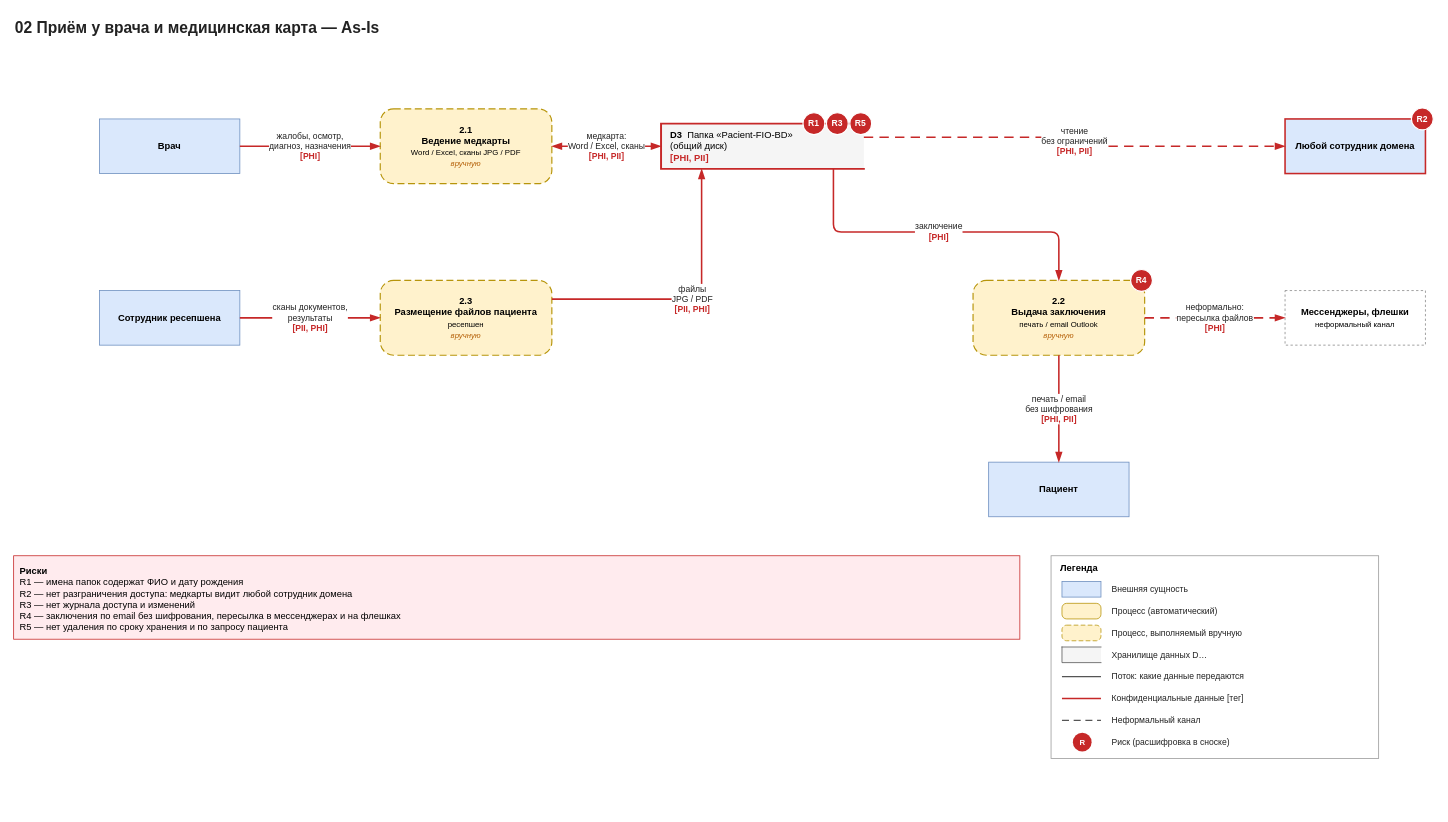
This is page "As-Is" (1 of 2) of Task1/dfd/02-priem-medkarta.drawio from iudanet/architecture-medikamente, a draw.io file, before an edit. Source tidied: cells renumbered, new cells numbered last; positions are measured from the earlier drawing's top-left corner, leaving out a move shared by most shapes. Both pictures are drawn from the tidied source at 78%, with x=0, y=0 at pixel (13, 13).
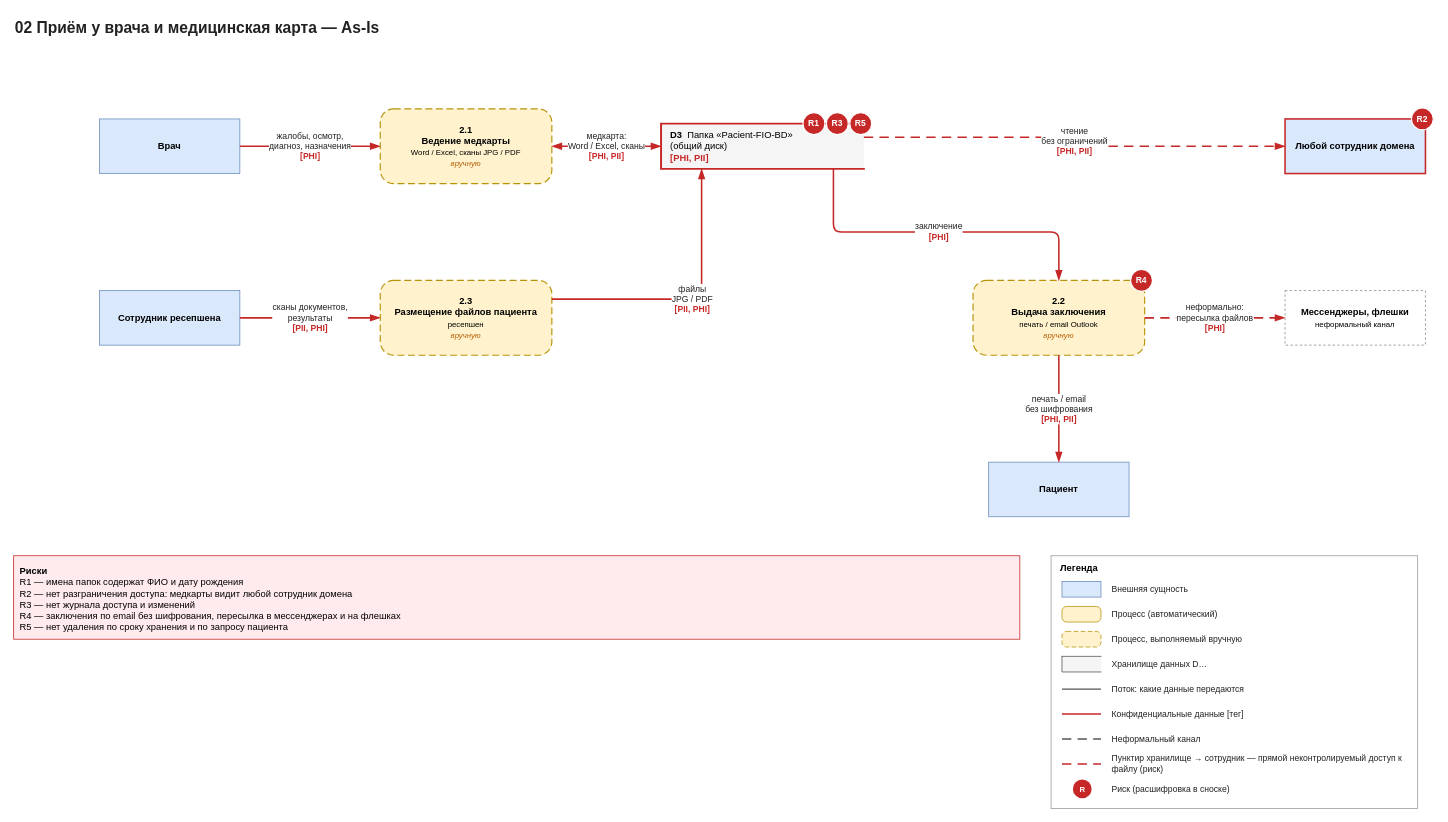
The same diagram, later.

Diff of the diagram source:
```diff
@@
     <mxCell id="26" value="&lt;b&gt;Легенда&lt;/b&gt;" style="rounded=0;whiteSpace=wrap;html=1;fillColor=#FFFFFF;strokeColor=#999999;align=left;verticalAlign=top;spacingLeft=10;spacingTop=2;fontSize=12;" parent="1" vertex="1">
-      <mxGeometry x="1330" y="695" width="420" height="260" as="geometry" />
+      <mxGeometry x="1330" y="695" width="470" height="324" as="geometry" />
     </mxCell>
@@
     <mxCell id="28" value="Внешняя сущность" style="text;html=1;whiteSpace=wrap;align=left;verticalAlign=middle;fontSize=11;fontColor=#222222;" parent="1" vertex="1">
-      <mxGeometry x="1406" y="725" width="336" height="26" as="geometry" />
+      <mxGeometry x="1406" y="723" width="386" height="30" as="geometry" />
     </mxCell>
     <mxCell id="29" style="rounded=1;arcSize=30;html=1;fillColor=#FFF2CC;strokeColor=#B7950B;" parent="1" vertex="1">
-      <mxGeometry x="1344" y="756" width="50" height="20" as="geometry" />
+      <mxGeometry x="1344" y="760" width="50" height="20" as="geometry" />
     </mxCell>
     <mxCell id="30" value="Процесс (автоматический)" style="text;html=1;whiteSpace=wrap;align=left;verticalAlign=middle;fontSize=11;fontColor=#222222;" parent="1" vertex="1">
-      <mxGeometry x="1406" y="753" width="336" height="26" as="geometry" />
+      <mxGeometry x="1406" y="755" width="386" height="30" as="geometry" />
     </mxCell>
     <mxCell id="31" style="rounded=1;arcSize=30;html=1;fillColor=#FFF2CC;strokeColor=#B7950B;dashed=1;dashPattern=6 3;" parent="1" vertex="1">
-      <mxGeometry x="1344" y="784" width="50" height="20" as="geometry" />
+      <mxGeometry x="1344" y="792" width="50" height="20" as="geometry" />
     </mxCell>
     <mxCell id="32" value="Процесс, выполняемый вручную" style="text;html=1;whiteSpace=wrap;align=left;verticalAlign=middle;fontSize=11;fontColor=#222222;" parent="1" vertex="1">
-      <mxGeometry x="1406" y="781" width="336" height="26" as="geometry" />
+      <mxGeometry x="1406" y="787" width="386" height="30" as="geometry" />
     </mxCell>
     <mxCell id="33" style="shape=partialRectangle;right=0;html=1;fillColor=#F5F5F5;strokeColor=#555555;" parent="1" vertex="1">
-      <mxGeometry x="1344" y="812" width="50" height="20" as="geometry" />
+      <mxGeometry x="1344" y="824" width="50" height="20" as="geometry" />
     </mxCell>
     <mxCell id="34" value="Хранилище данных D…" style="text;html=1;whiteSpace=wrap;align=left;verticalAlign=middle;fontSize=11;fontColor=#222222;" parent="1" vertex="1">
-      <mxGeometry x="1406" y="809" width="336" height="26" as="geometry" />
+      <mxGeometry x="1406" y="819" width="386" height="30" as="geometry" />
     </mxCell>
     <mxCell id="35" style="shape=line;html=1;strokeColor=#555555;strokeWidth=1.5;" parent="1" vertex="1">
-      <mxGeometry x="1344" y="844" width="50" height="12" as="geometry" />
+      <mxGeometry x="1344" y="860" width="50" height="12" as="geometry" />
     </mxCell>
     <mxCell id="36" value="Поток: какие данные передаются" style="text;html=1;whiteSpace=wrap;align=left;verticalAlign=middle;fontSize=11;fontColor=#222222;" parent="1" vertex="1">
-      <mxGeometry x="1406" y="837" width="336" height="26" as="geometry" />
+      <mxGeometry x="1406" y="851" width="386" height="30" as="geometry" />
     </mxCell>
     <mxCell id="37" style="shape=line;html=1;strokeColor=#C62828;strokeWidth=2;" parent="1" vertex="1">
-      <mxGeometry x="1344" y="872" width="50" height="12" as="geometry" />
+      <mxGeometry x="1344" y="892" width="50" height="12" as="geometry" />
     </mxCell>
     <mxCell id="38" value="Конфиденциальные данные [тег]" style="text;html=1;whiteSpace=wrap;align=left;verticalAlign=middle;fontSize=11;fontColor=#222222;" parent="1" vertex="1">
-      <mxGeometry x="1406" y="865" width="336" height="26" as="geometry" />
+      <mxGeometry x="1406" y="883" width="386" height="30" as="geometry" />
     </mxCell>
-    <mxCell id="39" style="shape=line;html=1;strokeColor=#555555;strokeWidth=1.5;dashed=1;dashPattern=6 4;" parent="1" vertex="1">
-      <mxGeometry x="1344" y="900" width="50" height="12" as="geometry" />
+    <mxCell id="39" style="shape=line;html=1;strokeColor=#555555;strokeWidth=2;dashed=1;dashPattern=6 4;" parent="1" vertex="1">
+      <mxGeometry x="1344" y="924" width="50" height="12" as="geometry" />
     </mxCell>
     <mxCell id="40" value="Неформальный канал" style="text;html=1;whiteSpace=wrap;align=left;verticalAlign=middle;fontSize=11;fontColor=#222222;" parent="1" vertex="1">
-      <mxGeometry x="1406" y="893" width="336" height="26" as="geometry" />
+      <mxGeometry x="1406" y="915" width="386" height="30" as="geometry" />
     </mxCell>
-    <mxCell id="41" value="&lt;b&gt;R&lt;/b&gt;" style="ellipse;html=1;fillColor=#C62828;strokeColor=none;fontColor=#FFFFFF;fontSize=10;" parent="1" vertex="1">
-      <mxGeometry x="1358" y="922" width="24" height="24" as="geometry" />
+    <mxCell id="41" style="shape=line;html=1;strokeColor=#C62828;strokeWidth=2;dashed=1;dashPattern=6 4;" parent="1" vertex="1">
+      <mxGeometry x="1344" y="956" width="50" height="12" as="geometry" />
     </mxCell>
-    <mxCell id="42" value="Риск (расшифровка в сноске)" style="text;html=1;whiteSpace=wrap;align=left;verticalAlign=middle;fontSize=11;fontColor=#222222;" parent="1" vertex="1">
-      <mxGeometry x="1406" y="921" width="336" height="26" as="geometry" />
+    <mxCell id="42" value="Пунктир хранилище → сотрудник — прямой неконтролируемый доступ к файлу (риск)" style="text;html=1;whiteSpace=wrap;align=left;verticalAlign=middle;fontSize=11;fontColor=#222222;" parent="1" vertex="1">
+      <mxGeometry x="1406" y="947" width="386" height="30" as="geometry" />
     </mxCell>
+    <mxCell id="43" value="&lt;b&gt;R&lt;/b&gt;" style="ellipse;html=1;fillColor=#C62828;strokeColor=none;fontColor=#FFFFFF;fontSize=10;" parent="1" vertex="1">
+      <mxGeometry x="1358" y="982" width="24" height="24" as="geometry" />
+    </mxCell>
+    <mxCell id="44" value="Риск (расшифровка в сноске)" style="text;html=1;whiteSpace=wrap;align=left;verticalAlign=middle;fontSize=11;fontColor=#222222;" parent="1" vertex="1">
+      <mxGeometry x="1406" y="979" width="386" height="30" as="geometry" />
+    </mxCell>
```
